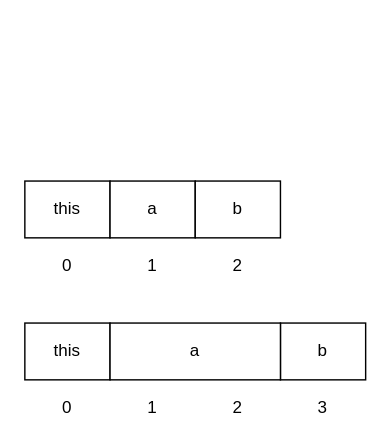
Above: jvm/局部变量表.drawio in erlieStar/diagrams (draw.io), before the change. Source tidied: cells renumbered, new cells numbered last; positions are measured from the earlier drawing's top-left corner, leaving out a move shared by most shapes. Both pictures are drawn from the tidied source at 142%, with x=0, y=0 at pixel (24, 180).
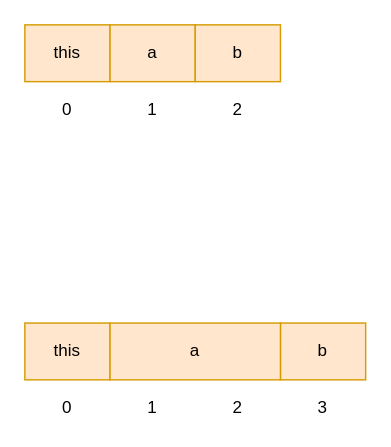
The same page after the edit.

Commit message (it also covers changes not shown here):
Update 局部变量表.drawio

Change to the diagram source:
```diff
@@
 <mxGraphModel>
   <root>
     <mxCell id="0" />
     <mxCell id="1" parent="0" />
     <mxCell id="2" value="0" style="text;html=1;strokeColor=none;fillColor=none;align=center;verticalAlign=middle;whiteSpace=wrap;rounded=0;" parent="1" vertex="1">
-      <mxGeometry x="10" y="50" width="40" height="20" as="geometry" />
+      <mxGeometry x="10" y="-60" width="40" height="20" as="geometry" />
     </mxCell>
     <mxCell id="3" value="1" style="text;html=1;strokeColor=none;fillColor=none;align=center;verticalAlign=middle;whiteSpace=wrap;rounded=0;" parent="1" vertex="1">
-      <mxGeometry x="70" y="50" width="40" height="20" as="geometry" />
+      <mxGeometry x="70" y="-60" width="40" height="20" as="geometry" />
     </mxCell>
     <mxCell id="4" value="2" style="text;html=1;strokeColor=none;fillColor=none;align=center;verticalAlign=middle;whiteSpace=wrap;rounded=0;" parent="1" vertex="1">
-      <mxGeometry x="130" y="50" width="40" height="20" as="geometry" />
+      <mxGeometry x="130" y="-60" width="40" height="20" as="geometry" />
     </mxCell>
-    <mxCell id="5" value="this" style="rounded=0;whiteSpace=wrap;html=1;" parent="1" vertex="1">
-      <mxGeometry width="60" height="40" as="geometry" />
+    <mxCell id="5" value="this" style="rounded=0;whiteSpace=wrap;html=1;fillColor=#ffe6cc;strokeColor=#d79b00;" parent="1" vertex="1">
+      <mxGeometry y="-110" width="60" height="40" as="geometry" />
     </mxCell>
-    <mxCell id="6" value="a" style="rounded=0;whiteSpace=wrap;html=1;" parent="1" vertex="1">
-      <mxGeometry x="60" width="60" height="40" as="geometry" />
+    <mxCell id="6" value="a" style="rounded=0;whiteSpace=wrap;html=1;fillColor=#ffe6cc;strokeColor=#d79b00;" parent="1" vertex="1">
+      <mxGeometry x="60" y="-110" width="60" height="40" as="geometry" />
     </mxCell>
-    <mxCell id="7" value="b" style="rounded=0;whiteSpace=wrap;html=1;" parent="1" vertex="1">
-      <mxGeometry x="120" width="60" height="40" as="geometry" />
+    <mxCell id="7" value="b" style="rounded=0;whiteSpace=wrap;html=1;fillColor=#ffe6cc;strokeColor=#d79b00;" parent="1" vertex="1">
+      <mxGeometry x="120" y="-110" width="60" height="40" as="geometry" />
     </mxCell>
     <mxCell id="8" value="0" style="text;html=1;strokeColor=none;fillColor=none;align=center;verticalAlign=middle;whiteSpace=wrap;rounded=0;" parent="1" vertex="1">
       <mxGeometry x="10" y="150" width="40" height="20" as="geometry" />
     </mxCell>
     <mxCell id="9" value="1" style="text;html=1;strokeColor=none;fillColor=none;align=center;verticalAlign=middle;whiteSpace=wrap;rounded=0;" parent="1" vertex="1">
       <mxGeometry x="70" y="150" width="40" height="20" as="geometry" />
     </mxCell>
     <mxCell id="10" value="3" style="text;html=1;strokeColor=none;fillColor=none;align=center;verticalAlign=middle;whiteSpace=wrap;rounded=0;" parent="1" vertex="1">
       <mxGeometry x="190" y="150" width="40" height="20" as="geometry" />
     </mxCell>
-    <mxCell id="11" value="this" style="rounded=0;whiteSpace=wrap;html=1;" parent="1" vertex="1">
+    <mxCell id="11" value="this" style="rounded=0;whiteSpace=wrap;html=1;fillColor=#ffe6cc;strokeColor=#d79b00;" parent="1" vertex="1">
       <mxGeometry y="100" width="60" height="40" as="geometry" />
     </mxCell>
-    <mxCell id="12" value="b" style="rounded=0;whiteSpace=wrap;html=1;" parent="1" vertex="1">
+    <mxCell id="12" value="b" style="rounded=0;whiteSpace=wrap;html=1;fillColor=#ffe6cc;strokeColor=#d79b00;" parent="1" vertex="1">
       <mxGeometry x="180" y="100" width="60" height="40" as="geometry" />
     </mxCell>
-    <mxCell id="13" value="a" style="rounded=0;whiteSpace=wrap;html=1;" parent="1" vertex="1">
+    <mxCell id="13" value="a" style="rounded=0;whiteSpace=wrap;html=1;fillColor=#ffe6cc;strokeColor=#d79b00;" parent="1" vertex="1">
       <mxGeometry x="60" y="100" width="120" height="40" as="geometry" />
     </mxCell>
     <mxCell id="14" value="2" style="text;html=1;strokeColor=none;fillColor=none;align=center;verticalAlign=middle;whiteSpace=wrap;rounded=0;" parent="1" vertex="1">
       <mxGeometry x="130" y="150" width="40" height="20" as="geometry" />
     </mxCell>
   </root>
 </mxGraphModel>
```
